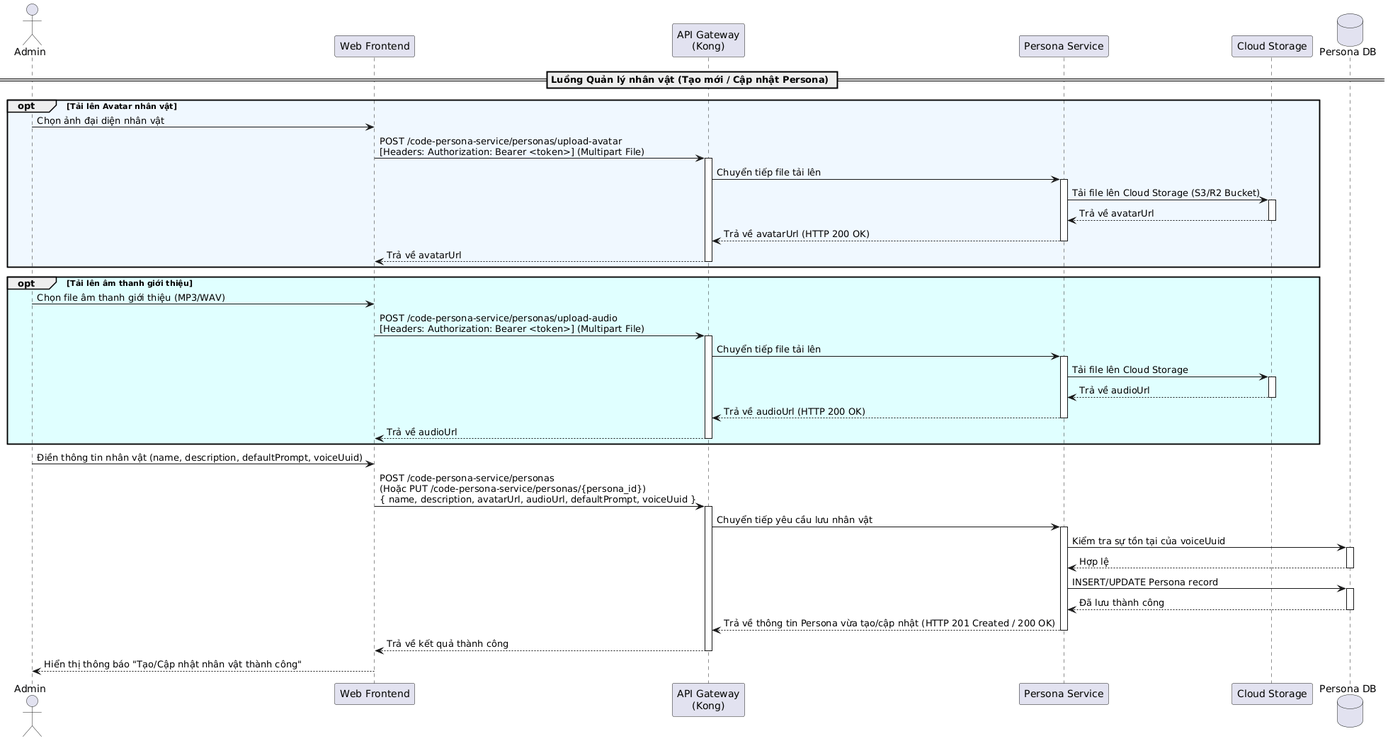
Above: latex/contents/Sequence/UML-Sequence-22.png in 20206205Tech/docs-latex (PlantUML), before the change. Its diagram source:
```plantuml
@startuml
actor "Admin" as Admin
participant "Web Frontend" as Frontend
participant "API Gateway\n(Kong)" as Kong
participant "Persona Service" as PersonaService
participant "Cloud Storage" as Storage
database "Persona DB" as DB

== Luồng Quản lý nhân vật (Tạo mới / Cập nhật Persona) ==
opt #AliceBlue Tải lên Avatar nhân vật
    Admin -> Frontend: Chọn ảnh đại diện nhân vật
    Frontend -> Kong: POST /code-persona-service/personas/upload-avatar\n[Headers: Authorization: Bearer <token>] (Multipart File)
    activate Kong
    Kong -> PersonaService: Chuyển tiếp file tải lên
    activate PersonaService
    PersonaService -> Storage: Tải file lên Cloud Storage (S3/R2 Bucket)
    activate Storage
    Storage --> PersonaService: Trả về avatarUrl
    deactivate Storage
    PersonaService --> Kong: Trả về avatarUrl (HTTP 200 OK)
    deactivate PersonaService
    Kong --> Frontend: Trả về avatarUrl
    deactivate Kong
end

opt #LightCyan Tải lên âm thanh giới thiệu
    Admin -> Frontend: Chọn file âm thanh giới thiệu (MP3/WAV)
    Frontend -> Kong: POST /code-persona-service/personas/upload-audio\n[Headers: Authorization: Bearer <token>] (Multipart File)
    activate Kong
    Kong -> PersonaService: Chuyển tiếp file tải lên
    activate PersonaService
    PersonaService -> Storage: Tải file lên Cloud Storage
    activate Storage
    Storage --> PersonaService: Trả về audioUrl
    deactivate Storage
    PersonaService --> Kong: Trả về audioUrl (HTTP 200 OK)
    deactivate PersonaService
    Kong --> Frontend: Trả về audioUrl
    deactivate Kong
end

Admin -> Frontend: Điền thông tin nhân vật (name, description, defaultPrompt, voiceUuid)
Frontend -> Kong: POST /code-persona-service/personas\n(Hoặc PUT /code-persona-service/personas/{persona_id})\n{ name, description, avatarUrl, audioUrl, defaultPrompt, voiceUuid }
activate Kong
Kong -> PersonaService: Chuyển tiếp yêu cầu lưu nhân vật
activate PersonaService

PersonaService -> DB: Kiểm tra sự tồn tại của voiceUuid
activate DB
DB --> PersonaService: Hợp lệ
deactivate DB

PersonaService -> DB: INSERT/UPDATE Persona record
activate DB
DB --> PersonaService: Đã lưu thành công
deactivate DB

PersonaService --> Kong: Trả về thông tin Persona vừa tạo/cập nhật (HTTP 201 Created / 200 OK)
deactivate PersonaService
Kong --> Frontend: Trả về kết quả thành công
deactivate Kong

Frontend --> Admin: Hiển thị thông báo "Tạo/Cập nhật nhân vật thành công"
@enduml
```
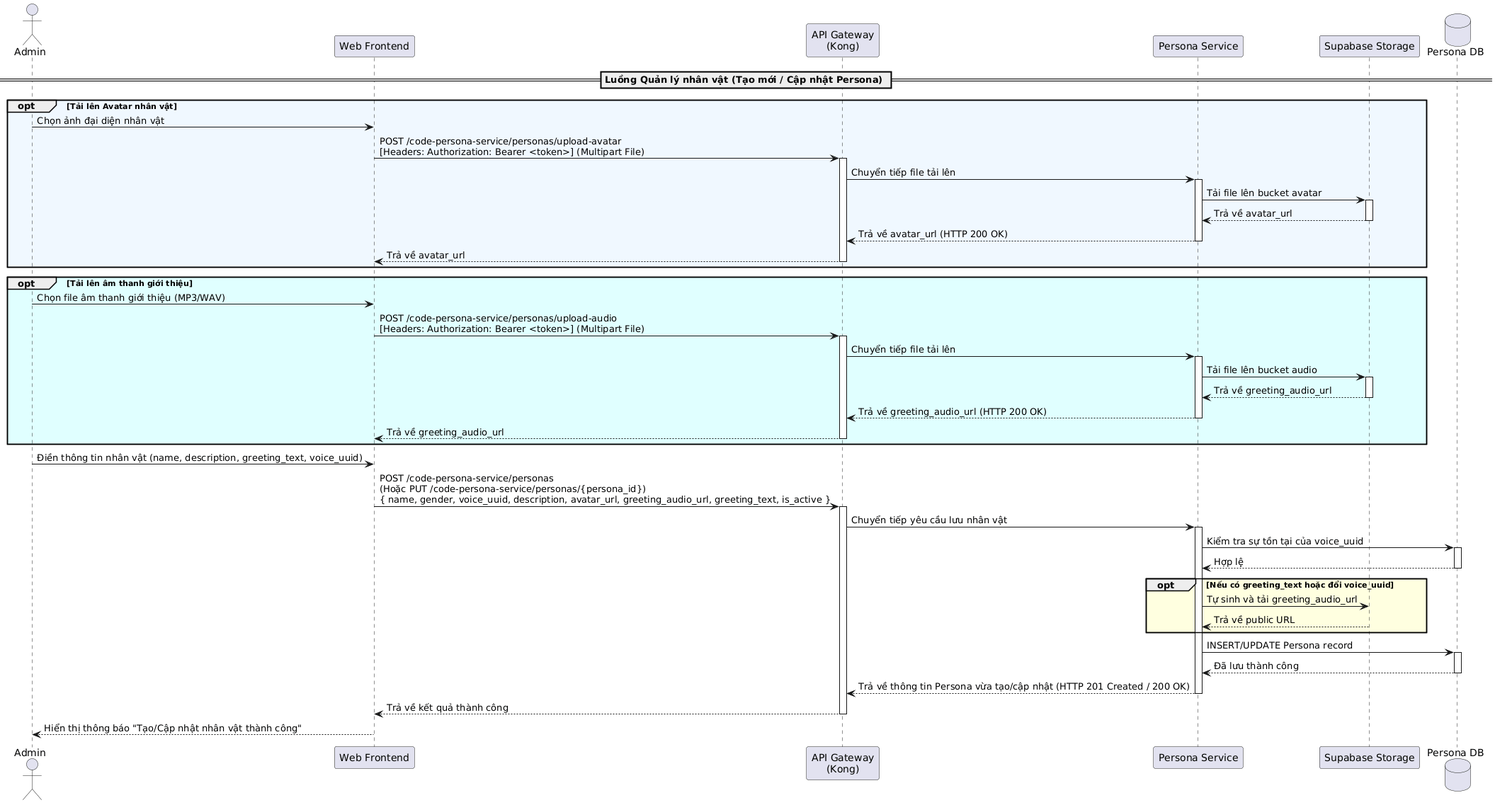
The same diagram one commit later.

Diff of the diagram source:
```diff
@@ -3,7 +3,7 @@
 participant "Web Frontend" as Frontend
 participant "API Gateway\n(Kong)" as Kong
 participant "Persona Service" as PersonaService
-participant "Cloud Storage" as Storage
+participant "Supabase Storage" as Storage
 database "Persona DB" as DB
 
 == Luồng Quản lý nhân vật (Tạo mới / Cập nhật Persona) ==
@@ -13,13 +13,13 @@
     activate Kong
     Kong -> PersonaService: Chuyển tiếp file tải lên
     activate PersonaService
-    PersonaService -> Storage: Tải file lên Cloud Storage (S3/R2 Bucket)
+    PersonaService -> Storage: Tải file lên bucket avatar
     activate Storage
-    Storage --> PersonaService: Trả về avatarUrl
+    Storage --> PersonaService: Trả về avatar_url
     deactivate Storage
-    PersonaService --> Kong: Trả về avatarUrl (HTTP 200 OK)
+    PersonaService --> Kong: Trả về avatar_url (HTTP 200 OK)
     deactivate PersonaService
-    Kong --> Frontend: Trả về avatarUrl
+    Kong --> Frontend: Trả về avatar_url
     deactivate Kong
 end
 
@@ -29,26 +29,31 @@
     activate Kong
     Kong -> PersonaService: Chuyển tiếp file tải lên
     activate PersonaService
-    PersonaService -> Storage: Tải file lên Cloud Storage
+    PersonaService -> Storage: Tải file lên bucket audio
     activate Storage
-    Storage --> PersonaService: Trả về audioUrl
+    Storage --> PersonaService: Trả về greeting_audio_url
     deactivate Storage
-    PersonaService --> Kong: Trả về audioUrl (HTTP 200 OK)
+    PersonaService --> Kong: Trả về greeting_audio_url (HTTP 200 OK)
     deactivate PersonaService
-    Kong --> Frontend: Trả về audioUrl
+    Kong --> Frontend: Trả về greeting_audio_url
     deactivate Kong
 end
 
-Admin -> Frontend: Điền thông tin nhân vật (name, description, defaultPrompt, voiceUuid)
-Frontend -> Kong: POST /code-persona-service/personas\n(Hoặc PUT /code-persona-service/personas/{persona_id})\n{ name, description, avatarUrl, audioUrl, defaultPrompt, voiceUuid }
+Admin -> Frontend: Điền thông tin nhân vật (name, description, greeting_text, voice_uuid)
+Frontend -> Kong: POST /code-persona-service/personas\n(Hoặc PUT /code-persona-service/personas/{persona_id})\n{ name, gender, voice_uuid, description, avatar_url, greeting_audio_url, greeting_text, is_active }
 activate Kong
 Kong -> PersonaService: Chuyển tiếp yêu cầu lưu nhân vật
 activate PersonaService
 
-PersonaService -> DB: Kiểm tra sự tồn tại của voiceUuid
+PersonaService -> DB: Kiểm tra sự tồn tại của voice_uuid
 activate DB
 DB --> PersonaService: Hợp lệ
 deactivate DB
+
+opt #LightYellow Nếu có greeting_text hoặc đổi voice_uuid
+    PersonaService -> Storage: Tự sinh và tải greeting_audio_url
+    Storage --> PersonaService: Trả về public URL
+end
 
 PersonaService -> DB: INSERT/UPDATE Persona record
 activate DB
```
